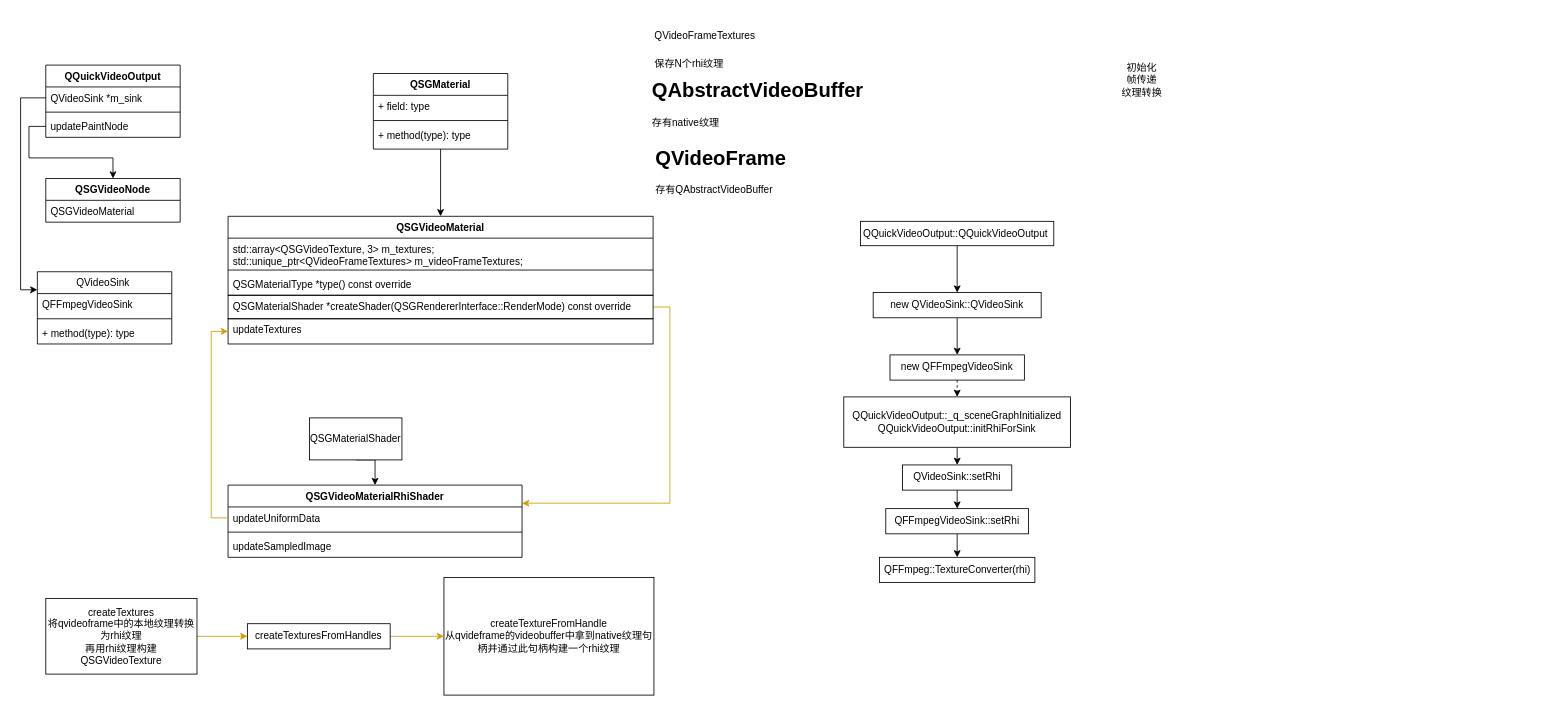
This is qsgvideonode.drawio from dosmlp/drawio, a draw.io file, before an edit. Source tidied: cells renumbered, new cells numbered last; positions are measured from the earlier drawing's top-left corner, leaving out a move shared by most shapes. Both pictures are drawn from the tidied source at 84%, with x=0, y=0 at pixel (37, 14).
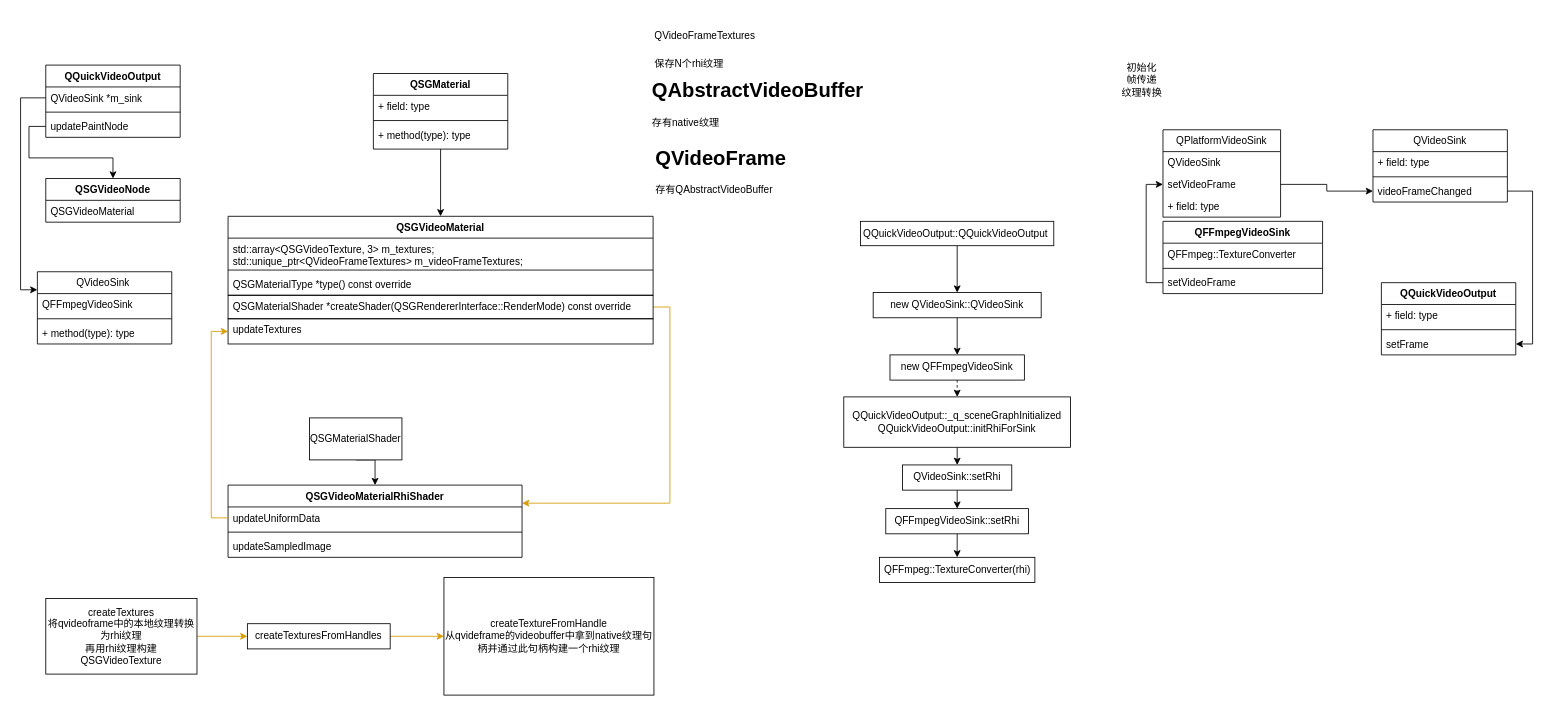
The same page after the edit.

What changed in the source:
```diff
@@
+    <mxCell id="56" value="QQuickVideoOutput" style="swimlane;fontStyle=1;align=center;verticalAlign=top;horizontal=1;startSize=26;whiteSpace=wrap;html=1;" parent="1" vertex="1">
+      <mxGeometry x="1600" y="319" width="160" height="86" as="geometry" />
+    </mxCell>
+    <mxCell id="57" value="+ field: type" style="text;strokeColor=none;fillColor=none;align=left;verticalAlign=top;spacingLeft=4;spacingRight=4;overflow=hidden;whiteSpace=wrap;html=1;" parent="56" vertex="1">
+      <mxGeometry y="26" width="160" height="26" as="geometry" />
+    </mxCell>
+    <mxCell id="58" style="line;strokeWidth=1;fillColor=none;align=left;verticalAlign=middle;spacingTop=-1;spacingLeft=3;spacingRight=3;labelPosition=right;strokeColor=inherit;" parent="56" vertex="1">
+      <mxGeometry y="52" width="160" height="8" as="geometry" />
+    </mxCell>
+    <mxCell id="59" value="setFrame" style="text;strokeColor=none;fillColor=none;align=left;verticalAlign=top;spacingLeft=4;spacingRight=4;overflow=hidden;points=[[0,0.5],[1,0.5]];portConstraint=eastwest;whiteSpace=wrap;html=1;" parent="56" vertex="1">
+      <mxGeometry y="60" width="160" height="26" as="geometry" />
+    </mxCell>
+    <mxCell id="60" value="QFFmpegVideoSink" style="swimlane;fontStyle=1;align=center;verticalAlign=top;horizontal=1;startSize=26;whiteSpace=wrap;html=1;" parent="1" vertex="1">
+      <mxGeometry x="1340" y="246" width="190" height="86" as="geometry" />
+    </mxCell>
+    <mxCell id="61" value="QFFmpeg::TextureConverter" style="text;strokeColor=none;fillColor=none;align=left;verticalAlign=top;spacingLeft=4;spacingRight=4;overflow=hidden;whiteSpace=wrap;html=1;" parent="60" vertex="1">
+      <mxGeometry y="26" width="190" height="26" as="geometry" />
+    </mxCell>
+    <mxCell id="62" style="line;strokeWidth=1;fillColor=none;align=left;verticalAlign=middle;spacingTop=-1;spacingLeft=3;spacingRight=3;labelPosition=right;strokeColor=inherit;" parent="60" vertex="1">
+      <mxGeometry y="52" width="190" height="8" as="geometry" />
+    </mxCell>
+    <mxCell id="63" value="setVideoFrame" style="text;strokeColor=none;fillColor=none;align=left;verticalAlign=top;spacingLeft=4;spacingRight=4;overflow=hidden;points=[[0,0.5],[1,0.5]];portConstraint=eastwest;whiteSpace=wrap;html=1;" parent="60" vertex="1">
+      <mxGeometry y="60" width="190" height="26" as="geometry" />
+    </mxCell>
+    <mxCell id="64" value="QPlatformVideoSink" style="swimlane;fontStyle=0;horizontal=1;startSize=26;fillColor=none;whiteSpace=wrap;html=1;" parent="1" vertex="1">
+      <mxGeometry x="1340" y="137" width="140" height="104" as="geometry" />
+    </mxCell>
+    <mxCell id="65" value="&lt;span style=&quot;text-align: center;&quot;&gt;QVideoSink&lt;/span&gt;" style="text;strokeColor=none;fillColor=none;align=left;verticalAlign=top;spacingLeft=4;spacingRight=4;overflow=hidden;whiteSpace=wrap;html=1;" parent="64" vertex="1">
+      <mxGeometry y="26" width="140" height="26" as="geometry" />
+    </mxCell>
+    <mxCell id="66" value="setVideoFrame" style="text;strokeColor=none;fillColor=none;align=left;verticalAlign=top;spacingLeft=4;spacingRight=4;overflow=hidden;points=[[0,0.5],[1,0.5]];portConstraint=eastwest;whiteSpace=wrap;html=1;" parent="64" vertex="1">
+      <mxGeometry y="52" width="140" height="26" as="geometry" />
+    </mxCell>
+    <mxCell id="67" value="+ field: type" style="text;strokeColor=none;fillColor=none;align=left;verticalAlign=top;spacingLeft=4;spacingRight=4;overflow=hidden;whiteSpace=wrap;html=1;" parent="64" vertex="1">
+      <mxGeometry y="78" width="140" height="26" as="geometry" />
+    </mxCell>
+    <mxCell id="68" style="edgeStyle=orthogonalEdgeStyle;rounded=0;jettySize=auto;html=1;exitX=0;exitY=0.5;exitDx=0;exitDy=0;entryX=0;entryY=0.5;entryDx=0;entryDy=0;" parent="1" edge="1" source="63" target="66">
+      <mxGeometry relative="1" as="geometry" />
+    </mxCell>
+    <mxCell id="69" value="&lt;span style=&quot;font-weight: 400;&quot;&gt;QVideoSink&lt;/span&gt;" style="swimlane;fontStyle=1;align=center;verticalAlign=top;horizontal=1;startSize=26;whiteSpace=wrap;html=1;" parent="1" vertex="1">
+      <mxGeometry x="1590" y="137" width="160" height="86" as="geometry" />
+    </mxCell>
+    <mxCell id="70" value="+ field: type" style="text;strokeColor=none;fillColor=none;align=left;verticalAlign=top;spacingLeft=4;spacingRight=4;overflow=hidden;whiteSpace=wrap;html=1;" parent="69" vertex="1">
+      <mxGeometry y="26" width="160" height="26" as="geometry" />
+    </mxCell>
+    <mxCell id="71" style="line;strokeWidth=1;fillColor=none;align=left;verticalAlign=middle;spacingTop=-1;spacingLeft=3;spacingRight=3;labelPosition=right;strokeColor=inherit;" parent="69" vertex="1">
+      <mxGeometry y="52" width="160" height="8" as="geometry" />
+    </mxCell>
+    <mxCell id="72" value="videoFrameChanged" style="text;strokeColor=none;fillColor=none;align=left;verticalAlign=top;spacingLeft=4;spacingRight=4;overflow=hidden;points=[[0,0.5],[1,0.5]];portConstraint=eastwest;whiteSpace=wrap;html=1;" parent="69" vertex="1">
+      <mxGeometry y="60" width="160" height="26" as="geometry" />
+    </mxCell>
+    <mxCell id="73" style="edgeStyle=orthogonalEdgeStyle;rounded=0;jettySize=auto;html=1;exitX=1;exitY=0.5;exitDx=0;exitDy=0;entryX=0;entryY=0.5;entryDx=0;entryDy=0;" parent="1" edge="1" source="66" target="72">
+      <mxGeometry relative="1" as="geometry" />
+    </mxCell>
+    <mxCell id="74" style="edgeStyle=orthogonalEdgeStyle;rounded=0;jettySize=auto;html=1;exitX=1;exitY=0.5;exitDx=0;exitDy=0;entryX=1;entryY=0.5;entryDx=0;entryDy=0;" parent="1" edge="1" source="72" target="59">
+      <mxGeometry relative="1" as="geometry" />
+    </mxCell>
```
